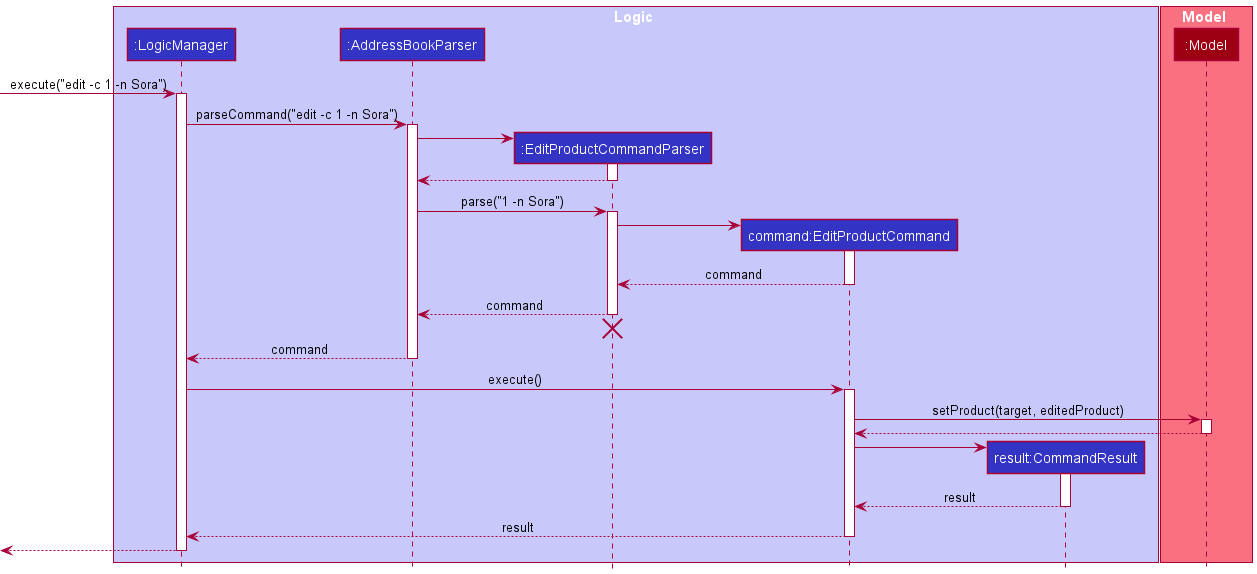
This is docs/images/EditProductSequenceDiagram.png from nus-cs2103-AY2122S1/tp, a PlantUML export, as it was before one commit.
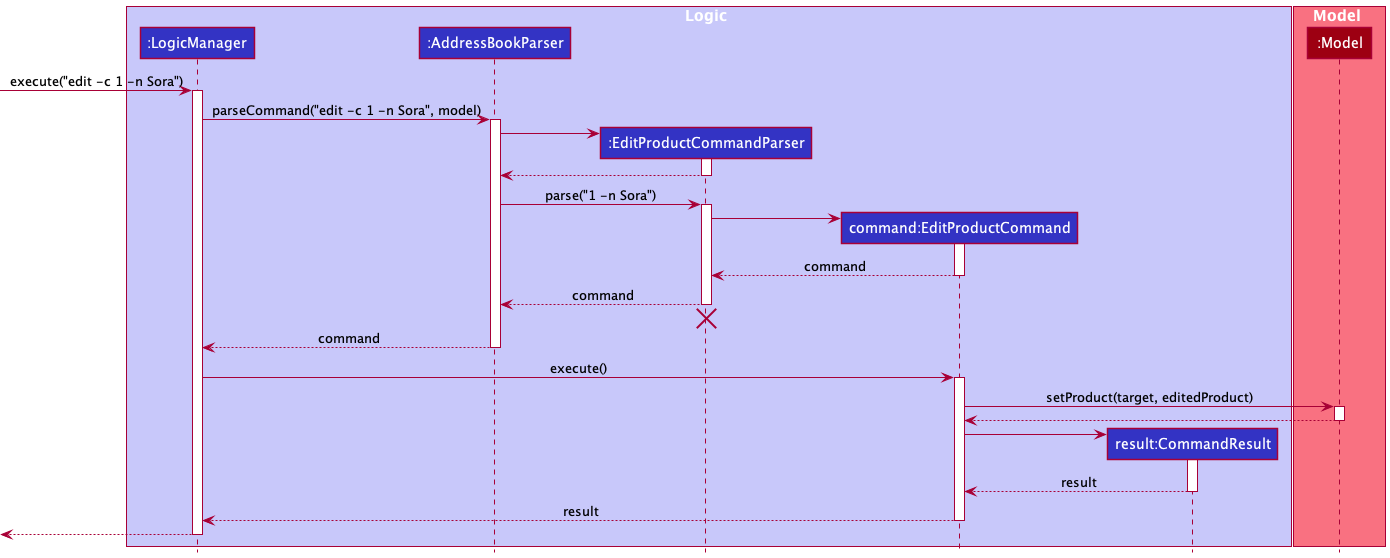
After the change.

Change to the diagram source:
```diff
@@ -16,7 +16,7 @@
 [-> LogicManager : execute("edit -c 1 -n Sora")
 activate LogicManager
 
-LogicManager -> AddressBookParser : parseCommand("edit -c 1 -n Sora")
+LogicManager -> AddressBookParser : parseCommand("edit -c 1 -n Sora", model)
 activate AddressBookParser
 
 create EditProductCommandParser
```
